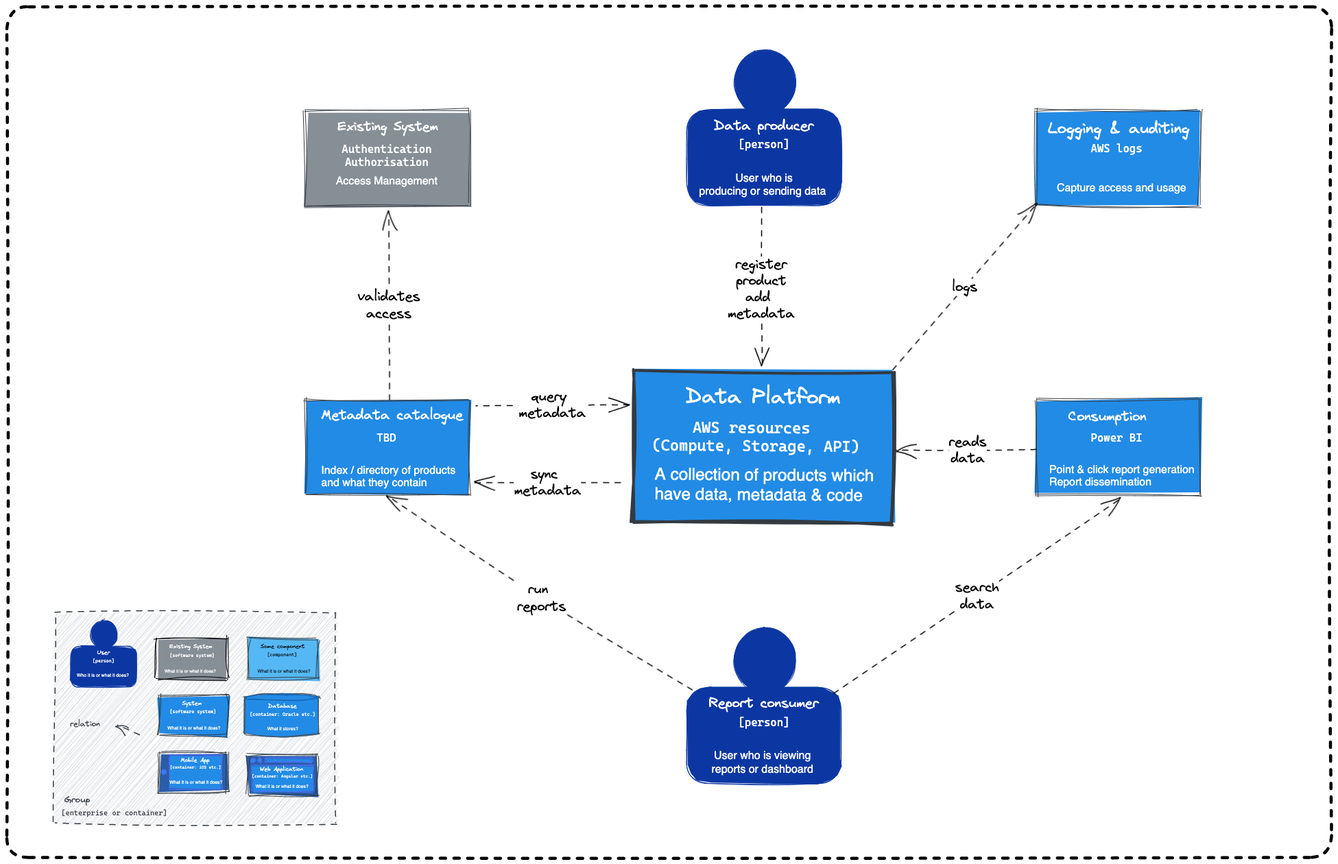
Before: docs/source/documentation/diagrams/c4-model-level2-mvp.excalidraw.png, a diagram exported from Excalidraw (ministryofjustice/analytical-platform). Source tidied: one line per element, renumbered; positions are measured from the earlier drawing's top-left corner, leaving out a move shared by most shapes.
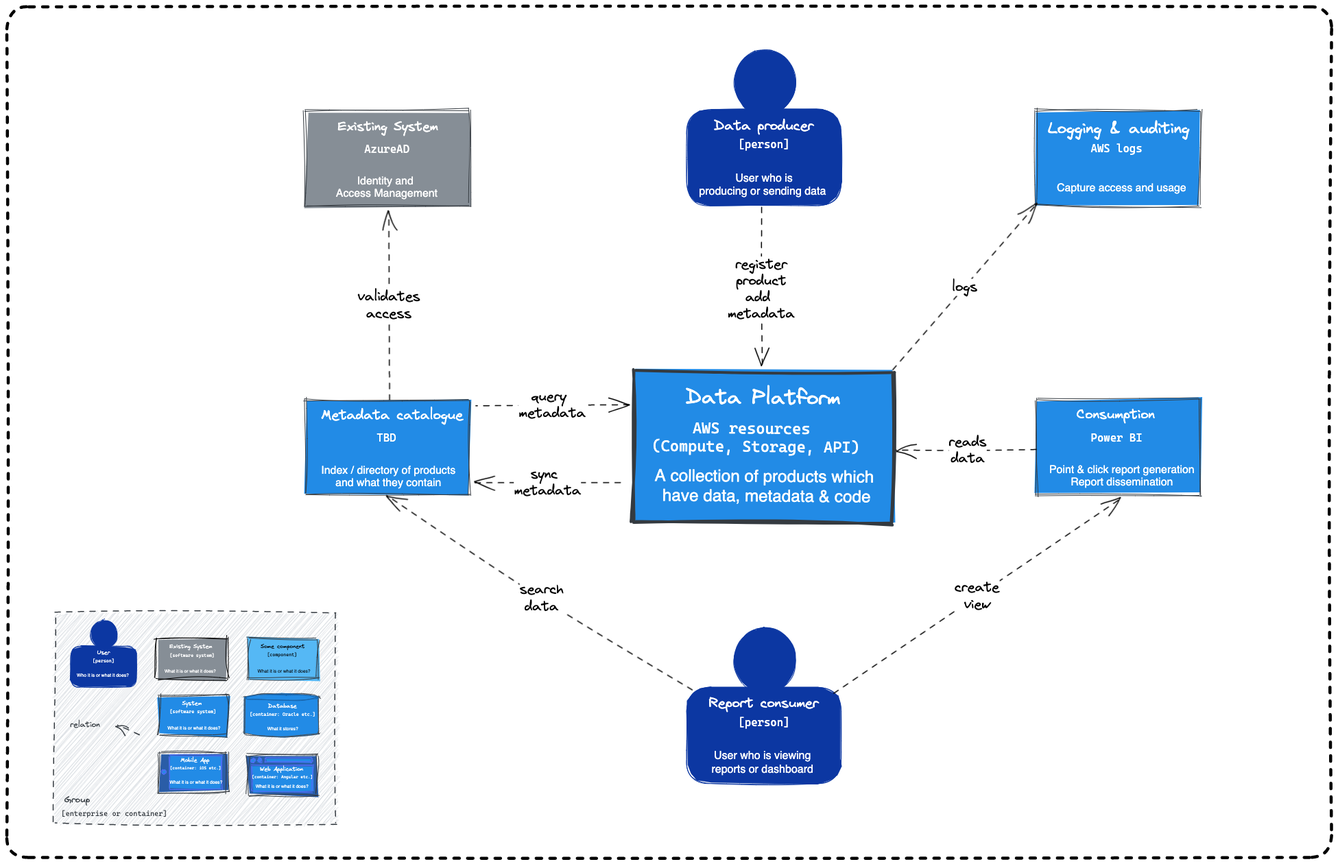
After the change.

Commit message:
📐 Fix arrow names and name idam

What changed in the source:
```diff
@@ -1,11 +1,11 @@
 {"id": 0, "type": "rectangle", "strokeColor": "#343a40", "backgroundColor": "#228be6", "fillStyle": "solid", "strokeWidth": 1, "roughness": 2, "x": 1500, "y": 573, "width": 239, "height": 139}
-{"id": 1, "type": "text", "text": "Consumption", "strokeColor": "#fff", "backgroundColor": "#55b8f5", "fillStyle": "solid", "strokeWidth": 1, "roughness": 1, "fontSize": 20, "fontFamily": 1, "x": 1548, "y": 586, "width": 114, "height": 24}
+{"id": 1, "type": "text", "text": "Consumption", "strokeColor": "#fff", "backgroundColor": "#55b8f5", "fillStyle": "solid", "strokeWidth": 1, "roughness": 1, "fontSize": 20, "fontFamily": 1, "x": 1560, "y": 583, "width": 114, "height": 24}
 {"id": 2, "type": "text", "text": "Power BI", "strokeColor": "#fff", "backgroundColor": "#55b8f5", "fillStyle": "solid", "strokeWidth": 1, "roughness": 1, "fontSize": 16, "fontFamily": 3, "textAlign": "center", "x": 1581, "y": 619, "width": 75, "height": 19}
-{"id": 3, "type": "text", "text": "Point & click report generation\nReport dissemination", "strokeColor": "#fff", "backgroundColor": "#55b8f5", "fillStyle": "solid", "strokeWidth": 1, "roughness": 1, "fontSize": 15.87, "fontFamily": 2, "x": 1520, "y": 666, "width": 212, "height": 36}
+{"id": 3, "type": "text", "text": "Point & click report generation\nReport dissemination", "strokeColor": "#fff", "backgroundColor": "#55b8f5", "fillStyle": "solid", "strokeWidth": 1, "roughness": 1, "fontSize": 15.87, "fontFamily": 2, "textAlign": "center", "x": 1520, "y": 666, "width": 212, "height": 36}
 {"id": 4, "type": "rectangle", "strokeColor": "#343a40", "angle": 0.01, "backgroundColor": "#228be6", "fillStyle": "solid", "strokeWidth": 4, "roughness": 2, "x": 914, "y": 532, "width": 379, "height": 220}
 {"id": 5, "type": "text", "text": "Data Platform", "strokeColor": "#fff", "angle": 0.01, "backgroundColor": "#55b8f5", "fillStyle": "solid", "strokeWidth": 4, "roughness": 1, "fontSize": 30.38, "fontFamily": 1, "x": 990, "y": 553, "width": 226, "height": 36}
 {"id": 6, "type": "text", "text": "AWS resources \n(Compute, Storage, API)", "strokeColor": "#fff", "angle": 0.01, "backgroundColor": "#55b8f5", "fillStyle": "solid", "strokeWidth": 4, "roughness": 1, "fontSize": 22.51, "fontFamily": 3, "textAlign": "center", "x": 941, "y": 601, "width": 303, "height": 53}
-{"id": 7, "type": "text", "text": "A collection of products which \nhave data, metadata & code", "strokeColor": "#fff", "angle": 0.01, "backgroundColor": "#55b8f5", "fillStyle": "solid", "strokeWidth": 4, "roughness": 1, "fontSize": 24.27, "fontFamily": 2, "x": 945, "y": 670, "width": 326, "height": 58}
+{"id": 7, "type": "text", "text": "A collection of products which \nhave data, metadata & code", "strokeColor": "#fff", "angle": 0.01, "backgroundColor": "#55b8f5", "fillStyle": "solid", "strokeWidth": 4, "roughness": 1, "fontSize": 24.27, "fontFamily": 2, "textAlign": "center", "x": 945, "y": 670, "width": 326, "height": 58}
 {"id": 8, "type": "ellipse", "strokeColor": "#0c37a2", "backgroundColor": "#0c37a2", "fillStyle": "solid", "strokeWidth": 1, "roughness": 1, "x": 1060, "y": 63, "width": 90, "height": 95}
 {"id": 9, "type": "rectangle", "strokeColor": "#0c37a2", "backgroundColor": "#0c37a2", "fillStyle": "solid", "strokeWidth": 1, "roughness": 1, "round": true, "x": 991, "y": 150, "width": 225, "height": 140}
 {"id": 10, "type": "text", "text": "Data producer", "strokeColor": "#fff", "backgroundColor": "#0c37a2", "fillStyle": "solid", "strokeWidth": 1, "roughness": 1, "fontSize": 20, "fontFamily": 1, "textAlign": "center", "x": 1031, "y": 162, "width": 145, "height": 24}
@@ -19,7 +19,7 @@
 {"id": 18, "type": "arrow", "strokeColor": "#000000", "strokeWidth": 1, "strokeStyle": "dashed", "roughness": 1, "endArrowhead": "arrow", "round": true, "from": 12, "to": 4, "x": 1100, "y": 293, "width": 2, "height": 234, "points": [[0, 0], [0, 119], [1, 234]]}
 {"id": 19, "type": "text", "text": "register\nproduct\nadd \nmetadata", "strokeColor": "#000000", "strokeWidth": 1, "roughness": 1, "fontSize": 20, "fontFamily": 1, "textAlign": "center", "verticalAlign": "middle", "inside": 18, "x": 1051, "y": 364, "width": 98, "height": 96}
 {"id": 20, "type": "arrow", "strokeColor": "#000000", "strokeWidth": 1, "strokeStyle": "dashed", "roughness": 1, "endArrowhead": "arrow", "round": true, "to": 88, "x": 998, "y": 995, "width": 445, "height": 284, "points": [[0, 0], [-218, -133], [-445, -284]]}
-{"id": 21, "type": "text", "text": "run \nreports", "strokeColor": "#000000", "strokeWidth": 1, "strokeStyle": "dashed", "roughness": 1, "fontSize": 20, "fontFamily": 1, "textAlign": "center", "verticalAlign": "middle", "inside": 20, "x": 60, "y": 1485, "width": 71, "height": 50}
+{"id": 21, "type": "text", "text": "search\ndata", "strokeColor": "#000000", "strokeWidth": 1, "strokeStyle": "dashed", "roughness": 1, "fontSize": 20, "fontFamily": 1, "textAlign": "center", "verticalAlign": "middle", "inside": 20, "x": 748, "y": 837, "width": 64, "height": 50}
 {"id": 22, "type": "arrow", "strokeColor": "#000000", "strokeWidth": 1, "strokeStyle": "dashed", "roughness": 1, "startArrowhead": "arrow", "round": true, "from": 85, "to": 4, "x": 683, "y": 694, "width": 211, "height": 0, "points": [[0, 0], [211, 0]]}
 {"id": 23, "type": "text", "text": "sync \nmetadata", "strokeColor": "#000000", "strokeWidth": 1, "roughness": 1, "fontSize": 20, "fontFamily": 1, "textAlign": "center", "verticalAlign": "middle", "inside": 22, "x": 742, "y": 633, "width": 98, "height": 48}
 {"id": 24, "type": "arrow", "strokeColor": "#000000", "strokeWidth": 1, "strokeStyle": "dashed", "roughness": 1, "endArrowhead": "arrow", "round": true, "to": 4, "x": 1501, "y": 645, "width": 204, "height": 3, "points": [[0, 0], [-100, 2], [-204, 3]]}
@@ -74,16 +74,16 @@
 {"id": 73, "type": "text", "text": "Capture access and usage", "strokeColor": "#fff", "backgroundColor": "#55b8f5", "fillStyle": "solid", "strokeWidth": 1, "roughness": 1, "fontSize": 15.87, "fontFamily": 2, "x": 1531, "y": 255, "width": 189, "height": 18}
 {"id": 74, "type": "text", "text": "User notifications", "strokeColor": "#fff", "backgroundColor": "#868e96", "fillStyle": "solid", "strokeWidth": 1, "roughness": 1, "fontSize": 22.65, "fontFamily": 1, "x": 460, "y": 164, "width": 198, "height": 26}
 {"id": 75, "type": "rectangle", "strokeColor": "#343a40", "backgroundColor": "#868e96", "fillStyle": "solid", "strokeWidth": 1, "roughness": 2, "x": 436, "y": 151, "width": 239, "height": 139}
-{"id": 76, "type": "text", "text": "Authentication\nAuthorisation", "strokeColor": "#fff", "backgroundColor": "#868e96", "fillStyle": "solid", "strokeWidth": 1, "roughness": 1, "fontSize": 16, "fontFamily": 3, "textAlign": "center", "x": 488, "y": 198, "width": 131, "height": 38}
+{"id": 76, "type": "text", "text": "AzureAD", "strokeColor": "#fff", "backgroundColor": "#868e96", "fillStyle": "solid", "strokeWidth": 1, "roughness": 1, "fontSize": 16, "fontFamily": 3, "textAlign": "center", "x": 521, "y": 198, "width": 66, "height": 19}
-{"id": 77, "type": "text", "text": "Access Management", "strokeColor": "#fff", "backgroundColor": "#868e96", "fillStyle": "solid", "strokeWidth": 1, "roughness": 1, "fontSize": 15.87, "fontFamily": 2, "x": 480, "y": 245, "width": 148, "height": 18}
+{"id": 77, "type": "text", "text": "Identity and \nAccess Management", "strokeColor": "#fff", "backgroundColor": "#868e96", "fillStyle": "solid", "strokeWidth": 1, "roughness": 1, "fontSize": 15.87, "fontFamily": 2, "textAlign": "center", "x": 480, "y": 245, "width": 148, "height": 36}
 {"id": 78, "type": "text", "text": "Existing System", "strokeColor": "#fff", "backgroundColor": "#55b8f5", "fillStyle": "solid", "strokeWidth": 1, "roughness": 1, "fontSize": 19.23, "fontFamily": 1, "x": 482, "y": 164, "width": 146, "height": 23}
 {"id": 79, "type": "arrow", "strokeColor": "#000000", "strokeWidth": 1, "strokeStyle": "dashed", "roughness": 1, "endArrowhead": "arrow", "round": true, "from": 86, "to": 75, "x": 557, "y": 572, "width": 0, "height": 274, "points": [[0, 0], [0, -274]]}
 {"id": 80, "type": "text", "text": "validates\naccess", "strokeColor": "#000000", "strokeWidth": 1, "strokeStyle": "dashed", "roughness": 1, "fontSize": 20, "fontFamily": 1, "textAlign": "center", "verticalAlign": "middle", "inside": 79, "x": 514, "y": 400, "width": 91, "height": 50}
 {"id": 81, "type": "arrow", "strokeColor": "#000000", "strokeWidth": 1, "strokeStyle": "dashed", "roughness": 1, "endArrowhead": "arrow", "round": true, "to": 3, "x": 1205, "y": 1002, "width": 419, "height": 285, "points": [[0, 0], [419, -285]]}
-{"id": 82, "type": "text", "text": "search\ndata", "strokeColor": "#000000", "strokeWidth": 1, "strokeStyle": "dashed", "roughness": 1, "fontSize": 20, "fontFamily": 1, "textAlign": "center", "verticalAlign": "middle", "inside": 81, "x": 1391, "y": 835, "width": 64, "height": 50}
+{"id": 82, "type": "text", "text": "create\nview", "strokeColor": "#000000", "strokeWidth": 1, "strokeStyle": "dashed", "roughness": 1, "fontSize": 20, "fontFamily": 1, "textAlign": "center", "verticalAlign": "middle", "inside": 81, "x": 1382, "y": 834, "width": 65, "height": 50}
 {"id": 83, "type": "arrow", "strokeColor": "#000000", "strokeWidth": 1, "strokeStyle": "dashed", "roughness": 1, "endArrowhead": "arrow", "round": true, "from": 4, "x": 1292, "y": 530, "width": 209, "height": 243, "points": [[0, 0], [209, -243]]}
 {"id": 84, "type": "text", "text": "logs", "strokeColor": "#000000", "strokeWidth": 1, "strokeStyle": "dashed", "roughness": 1, "fontSize": 20, "fontFamily": 1, "textAlign": "center", "verticalAlign": "middle", "inside": 83, "x": 1377, "y": 404, "width": 37, "height": 25}
 {"id": 85, "type": "rectangle", "strokeColor": "#343a40", "backgroundColor": "#228be6", "fillStyle": "solid", "strokeWidth": 1, "roughness": 2, "x": 436, "y": 573, "width": 239, "height": 139}
 {"id": 86, "type": "text", "text": "Metadata catalogue", "strokeColor": "#fff", "backgroundColor": "#55b8f5", "fillStyle": "solid", "strokeWidth": 1, "roughness": 1, "fontSize": 20, "fontFamily": 1, "x": 458, "y": 584, "width": 207, "height": 24}
 {"id": 87, "type": "text", "text": "TBD", "strokeColor": "#fff", "backgroundColor": "#55b8f5", "fillStyle": "solid", "strokeWidth": 1, "roughness": 1, "fontSize": 16, "fontFamily": 3, "textAlign": "center", "x": 539, "y": 619, "width": 28, "height": 19}
-{"id": 88, "type": "text", "text": "Index / directory of products\nand what they contain", "strokeColor": "#fff", "backgroundColor": "#55b8f5", "fillStyle": "solid", "strokeWidth": 1, "roughness": 1, "fontSize": 15.87, "fontFamily": 2, "x": 458, "y": 667, "width": 196, "height": 36}
+{"id": 88, "type": "text", "text": "Index / directory of products\nand what they contain", "strokeColor": "#fff", "backgroundColor": "#55b8f5", "fillStyle": "solid", "strokeWidth": 1, "roughness": 1, "fontSize": 15.87, "fontFamily": 2, "textAlign": "center", "x": 458, "y": 667, "width": 196, "height": 36}
```
